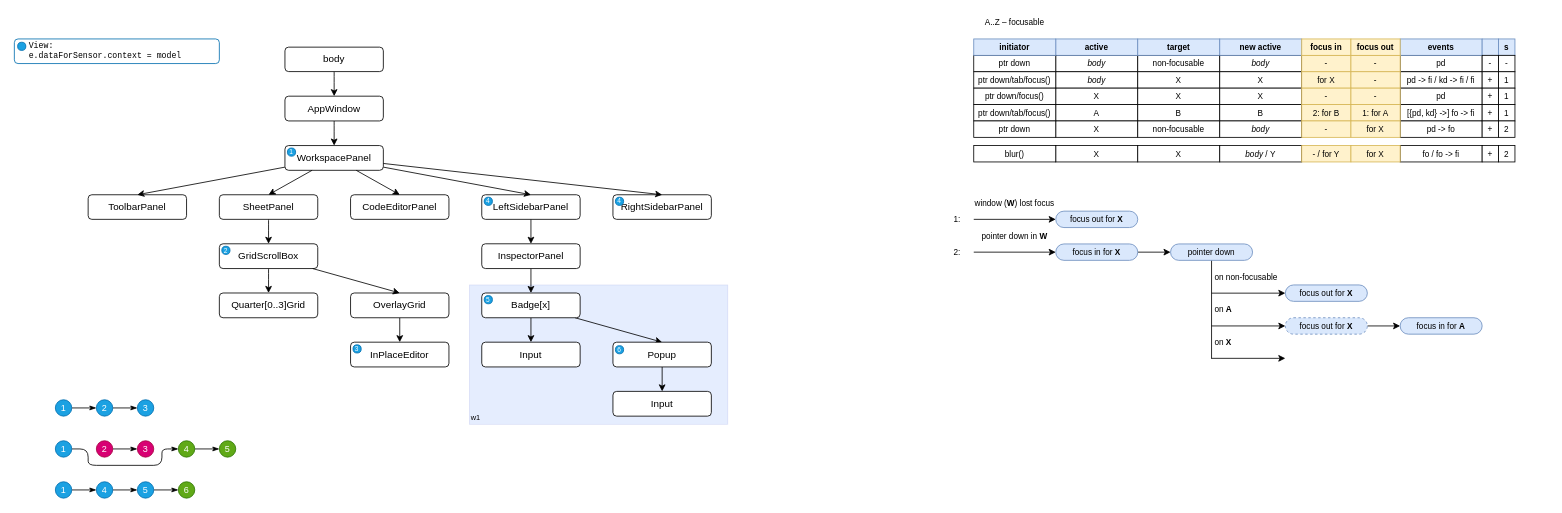
This is page "Context" (3 of 3) of docs/dnd.drawio from nezaboodka/verstak, a draw.io file, before an edit. Source tidied: cells renumbered, new cells numbered last; positions are measured from the earlier drawing's top-left corner, leaving out a move shared by most shapes. Both pictures are drawn from the tidied source at 82%, with x=0, y=0 at pixel (14, 14).
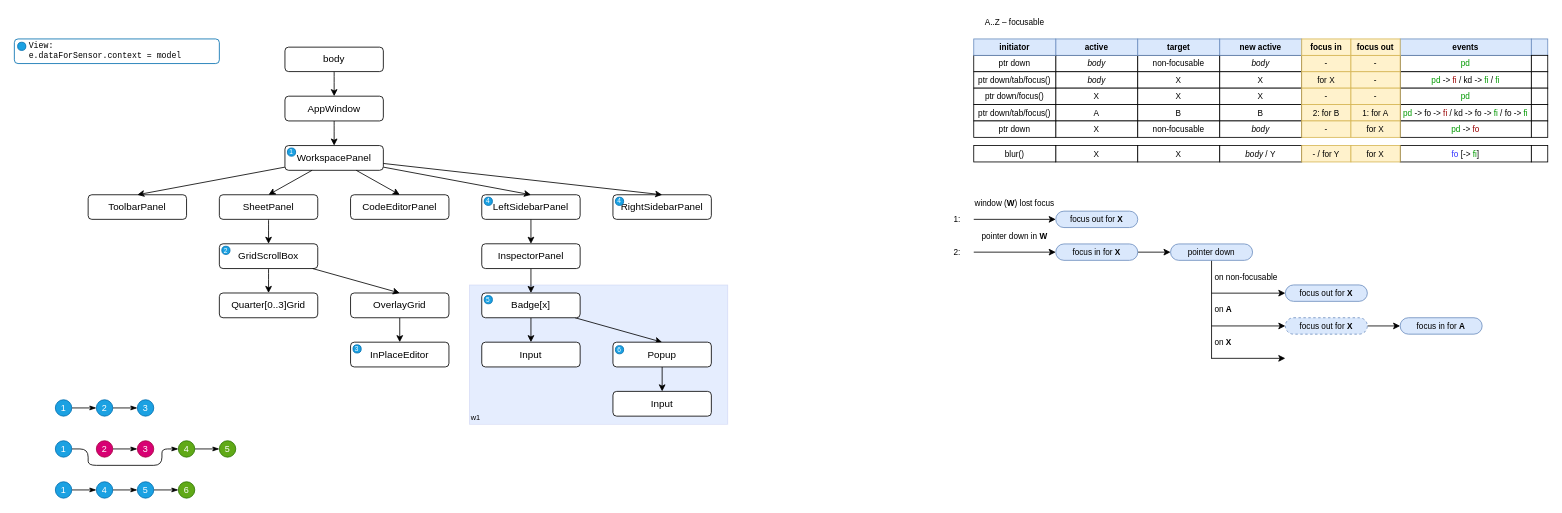
After the change.

What changed in the source:
```diff
@@
-    <mxCell id="76" value="pd" style="rounded=0;whiteSpace=wrap;html=1;labelBorderColor=none;fontSize=10;strokeColor=default;" parent="1" vertex="1">
-      <mxGeometry x="1690" y="50" width="100" height="20" as="geometry" />
+    <mxCell id="76" value="&lt;font color=&quot;#009900&quot;&gt;pd&lt;/font&gt;" style="rounded=0;whiteSpace=wrap;html=1;labelBorderColor=none;fontSize=10;strokeColor=default;fontColor=default;" parent="1" vertex="1">
+      <mxGeometry x="1690" y="50" width="160" height="20" as="geometry" />
     </mxCell>
     <mxCell id="77" value="events" style="rounded=0;whiteSpace=wrap;html=1;labelBorderColor=none;fontSize=10;strokeColor=#6c8ebf;fontStyle=1;fillColor=#dae8fc;" parent="1" vertex="1">
-      <mxGeometry x="1690" y="30" width="100" height="20" as="geometry" />
+      <mxGeometry x="1690" y="30" width="160" height="20" as="geometry" />
     </mxCell>
-    <mxCell id="78" value="pd -&amp;gt; fi / kd -&amp;gt; fi / fi" style="rounded=0;whiteSpace=wrap;html=1;labelBorderColor=none;fontSize=10;strokeColor=default;" parent="1" vertex="1">
-      <mxGeometry x="1690" y="70" width="100" height="20" as="geometry" />
+    <mxCell id="78" value="&lt;font color=&quot;#009900&quot;&gt;pd&lt;/font&gt; -&amp;gt; &lt;font color=&quot;#990000&quot;&gt;fi&lt;/font&gt; / kd -&amp;gt; &lt;font color=&quot;#009900&quot;&gt;fi&lt;/font&gt; / &lt;font color=&quot;#009900&quot;&gt;fi&lt;/font&gt;" style="rounded=0;whiteSpace=wrap;html=1;labelBorderColor=none;fontSize=10;strokeColor=default;" parent="1" vertex="1">
+      <mxGeometry x="1690" y="70" width="160" height="20" as="geometry" />
     </mxCell>
-    <mxCell id="79" value="pd" style="rounded=0;whiteSpace=wrap;html=1;labelBorderColor=none;fontSize=10;strokeColor=default;" parent="1" vertex="1">
-      <mxGeometry x="1690" y="90" width="100" height="20" as="geometry" />
+    <mxCell id="79" value="&lt;font color=&quot;#009900&quot;&gt;pd&lt;/font&gt;" style="rounded=0;whiteSpace=wrap;html=1;labelBorderColor=none;fontSize=10;strokeColor=default;" parent="1" vertex="1">
+      <mxGeometry x="1690" y="90" width="160" height="20" as="geometry" />
     </mxCell>
-    <mxCell id="80" value="[{pd, kd} -&amp;gt;] fo -&amp;gt; fi" style="rounded=0;whiteSpace=wrap;html=1;labelBorderColor=none;fontSize=10;strokeColor=default;" parent="1" vertex="1">
-      <mxGeometry x="1690" y="110" width="100" height="20" as="geometry" />
+    <mxCell id="80" value="&lt;font color=&quot;#009900&quot;&gt;pd&lt;/font&gt; -&amp;gt; fo -&amp;gt; &lt;font color=&quot;#990000&quot;&gt;fi&lt;/font&gt; / kd -&amp;gt; fo -&amp;gt; &lt;font color=&quot;#009900&quot;&gt;fi &lt;/font&gt;/ fo -&amp;gt;&lt;font color=&quot;#009900&quot;&gt; fi&lt;/font&gt;" style="rounded=0;whiteSpace=wrap;html=1;labelBorderColor=none;fontSize=10;strokeColor=default;" parent="1" vertex="1">
+      <mxGeometry x="1690" y="110" width="160" height="20" as="geometry" />
     </mxCell>
-    <mxCell id="81" value="pd -&amp;gt; fo" style="rounded=0;whiteSpace=wrap;html=1;labelBorderColor=none;fontSize=10;strokeColor=default;" parent="1" vertex="1">
-      <mxGeometry x="1690" y="130" width="100" height="20" as="geometry" />
+    <mxCell id="81" value="&lt;font color=&quot;#009900&quot;&gt;pd&lt;/font&gt; -&amp;gt; &lt;font color=&quot;#990000&quot;&gt;fo&lt;/font&gt;" style="rounded=0;whiteSpace=wrap;html=1;labelBorderColor=none;fontSize=10;strokeColor=default;" parent="1" vertex="1">
+      <mxGeometry x="1690" y="130" width="160" height="20" as="geometry" />
     </mxCell>
@@
-    <mxCell id="103" value="fo / fo -&amp;gt; fi" style="rounded=0;whiteSpace=wrap;html=1;labelBorderColor=none;fontSize=10;strokeColor=default;" parent="1" vertex="1">
-      <mxGeometry x="1690" y="160" width="100" height="20" as="geometry" />
+    <mxCell id="103" value="&lt;font color=&quot;#3333ff&quot;&gt;fo&lt;/font&gt;&amp;nbsp;[-&amp;gt; &lt;font color=&quot;#009900&quot;&gt;fi&lt;/font&gt;]" style="rounded=0;whiteSpace=wrap;html=1;labelBorderColor=none;fontSize=10;strokeColor=default;" parent="1" vertex="1">
+      <mxGeometry x="1690" y="160" width="160" height="20" as="geometry" />
     </mxCell>
@@
     <mxCell id="108" style="rounded=0;whiteSpace=wrap;html=1;labelBorderColor=none;fontSize=10;strokeColor=#6c8ebf;fontStyle=1;fillColor=#dae8fc;" parent="1" vertex="1">
-      <mxGeometry x="1790" y="30" width="20" height="20" as="geometry" />
+      <mxGeometry x="1850" y="30" width="20" height="20" as="geometry" />
     </mxCell>
-    <mxCell id="109" value="-" style="rounded=0;whiteSpace=wrap;html=1;labelBorderColor=none;fontSize=10;strokeColor=default;" parent="1" vertex="1">
-      <mxGeometry x="1790" y="50" width="20" height="20" as="geometry" />
+    <mxCell id="109" style="rounded=0;whiteSpace=wrap;html=1;labelBorderColor=none;fontSize=10;strokeColor=default;" parent="1" vertex="1">
+      <mxGeometry x="1850" y="50" width="20" height="20" as="geometry" />
     </mxCell>
-    <mxCell id="110" value="+" style="rounded=0;whiteSpace=wrap;html=1;labelBorderColor=none;fontSize=10;strokeColor=default;" parent="1" vertex="1">
-      <mxGeometry x="1790" y="70" width="20" height="20" as="geometry" />
+    <mxCell id="110" style="rounded=0;whiteSpace=wrap;html=1;labelBorderColor=none;fontSize=10;strokeColor=default;" parent="1" vertex="1">
+      <mxGeometry x="1850" y="70" width="20" height="20" as="geometry" />
     </mxCell>
-    <mxCell id="111" value="+" style="rounded=0;whiteSpace=wrap;html=1;labelBorderColor=none;fontSize=10;strokeColor=default;" parent="1" vertex="1">
-      <mxGeometry x="1790" y="90" width="20" height="20" as="geometry" />
+    <mxCell id="111" style="rounded=0;whiteSpace=wrap;html=1;labelBorderColor=none;fontSize=10;strokeColor=default;" parent="1" vertex="1">
+      <mxGeometry x="1850" y="90" width="20" height="20" as="geometry" />
     </mxCell>
-    <mxCell id="112" value="+" style="rounded=0;whiteSpace=wrap;html=1;labelBorderColor=none;fontSize=10;strokeColor=default;" parent="1" vertex="1">
-      <mxGeometry x="1790" y="110" width="20" height="20" as="geometry" />
+    <mxCell id="112" style="rounded=0;whiteSpace=wrap;html=1;labelBorderColor=none;fontSize=10;strokeColor=default;" parent="1" vertex="1">
+      <mxGeometry x="1850" y="110" width="20" height="20" as="geometry" />
     </mxCell>
-    <mxCell id="113" value="+" style="rounded=0;whiteSpace=wrap;html=1;labelBorderColor=none;fontSize=10;strokeColor=default;" parent="1" vertex="1">
-      <mxGeometry x="1790" y="130" width="20" height="20" as="geometry" />
+    <mxCell id="113" style="rounded=0;whiteSpace=wrap;html=1;labelBorderColor=none;fontSize=10;strokeColor=default;" parent="1" vertex="1">
+      <mxGeometry x="1850" y="130" width="20" height="20" as="geometry" />
     </mxCell>
-    <mxCell id="114" value="+" style="rounded=0;whiteSpace=wrap;html=1;labelBorderColor=none;fontSize=10;strokeColor=default;" parent="1" vertex="1">
-      <mxGeometry x="1790" y="160" width="20" height="20" as="geometry" />
+    <mxCell id="114" style="rounded=0;whiteSpace=wrap;html=1;labelBorderColor=none;fontSize=10;strokeColor=default;" parent="1" vertex="1">
+      <mxGeometry x="1850" y="160" width="20" height="20" as="geometry" />
     </mxCell>
-    <mxCell id="115" value="s" style="rounded=0;whiteSpace=wrap;html=1;labelBorderColor=none;fontSize=10;strokeColor=#6c8ebf;fontStyle=1;fillColor=#dae8fc;" parent="1" vertex="1">
-      <mxGeometry x="1810" y="30" width="20" height="20" as="geometry" />
-    </mxCell>
-    <mxCell id="116" value="-" style="rounded=0;whiteSpace=wrap;html=1;labelBorderColor=none;fontSize=10;strokeColor=default;" parent="1" vertex="1">
-      <mxGeometry x="1810" y="50" width="20" height="20" as="geometry" />
-    </mxCell>
-    <mxCell id="117" value="1" style="rounded=0;whiteSpace=wrap;html=1;labelBorderColor=none;fontSize=10;strokeColor=default;" parent="1" vertex="1">
-      <mxGeometry x="1810" y="70" width="20" height="20" as="geometry" />
-    </mxCell>
-    <mxCell id="118" value="1" style="rounded=0;whiteSpace=wrap;html=1;labelBorderColor=none;fontSize=10;strokeColor=default;" parent="1" vertex="1">
-      <mxGeometry x="1810" y="90" width="20" height="20" as="geometry" />
-    </mxCell>
-    <mxCell id="119" value="1" style="rounded=0;whiteSpace=wrap;html=1;labelBorderColor=none;fontSize=10;strokeColor=default;" parent="1" vertex="1">
-      <mxGeometry x="1810" y="110" width="20" height="20" as="geometry" />
-    </mxCell>
-    <mxCell id="120" value="2" style="rounded=0;whiteSpace=wrap;html=1;labelBorderColor=none;fontSize=10;strokeColor=default;" parent="1" vertex="1">
-      <mxGeometry x="1810" y="130" width="20" height="20" as="geometry" />
-    </mxCell>
-    <mxCell id="121" value="2" style="rounded=0;whiteSpace=wrap;html=1;labelBorderColor=none;fontSize=10;strokeColor=default;" parent="1" vertex="1">
-      <mxGeometry x="1810" y="160" width="20" height="20" as="geometry" />
-    </mxCell>
```
